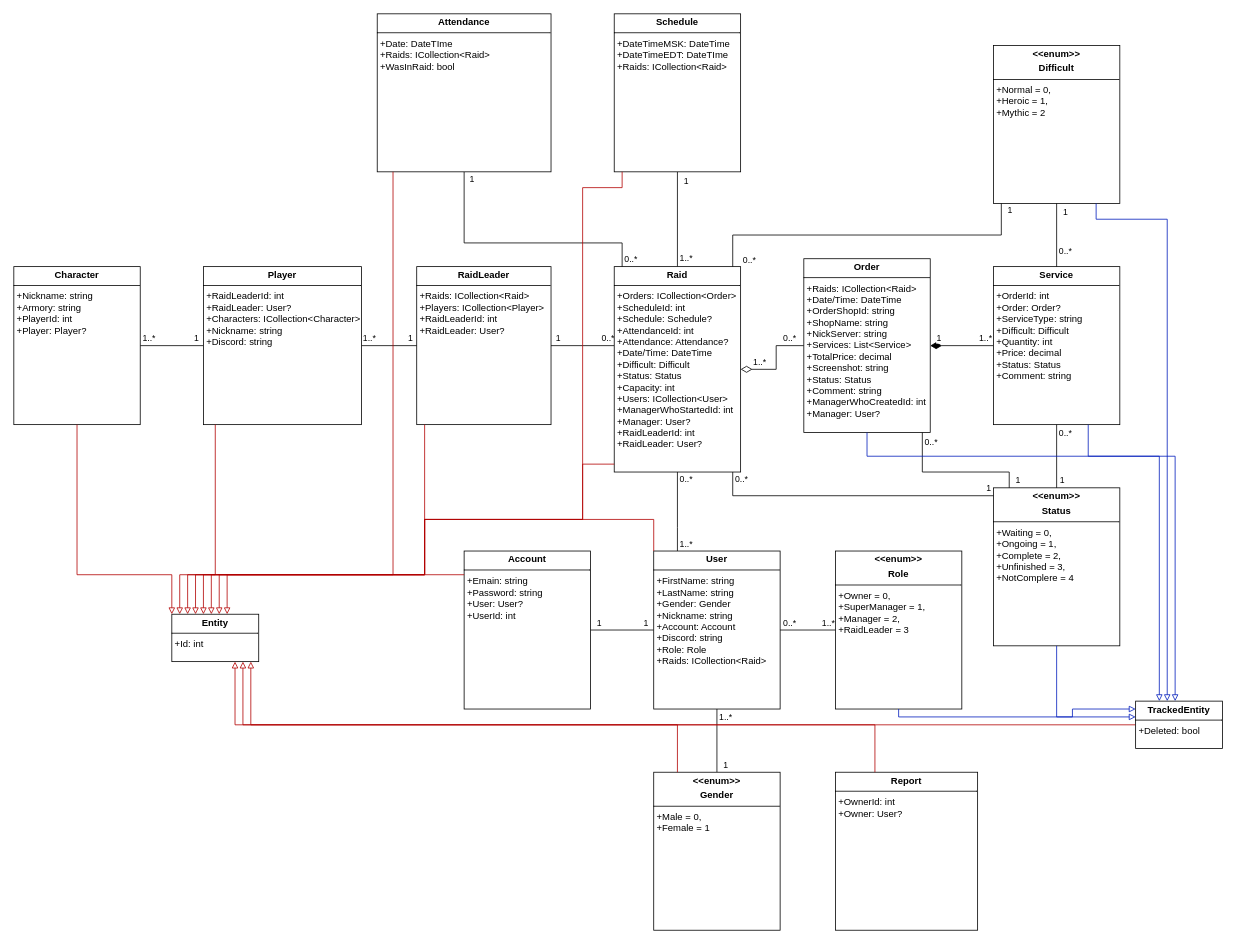
Before: CRM_diagram/CRM UML Class diagram.drawio in Squeezy93/CustomCRM, a draw.io diagram. Source tidied: cells renumbered, new cells numbered last; positions are measured from the earlier drawing's top-left corner, leaving out a move shared by most shapes. Both pictures are drawn from the tidied source at 79%, with x=0, y=0 at pixel (13, 13).
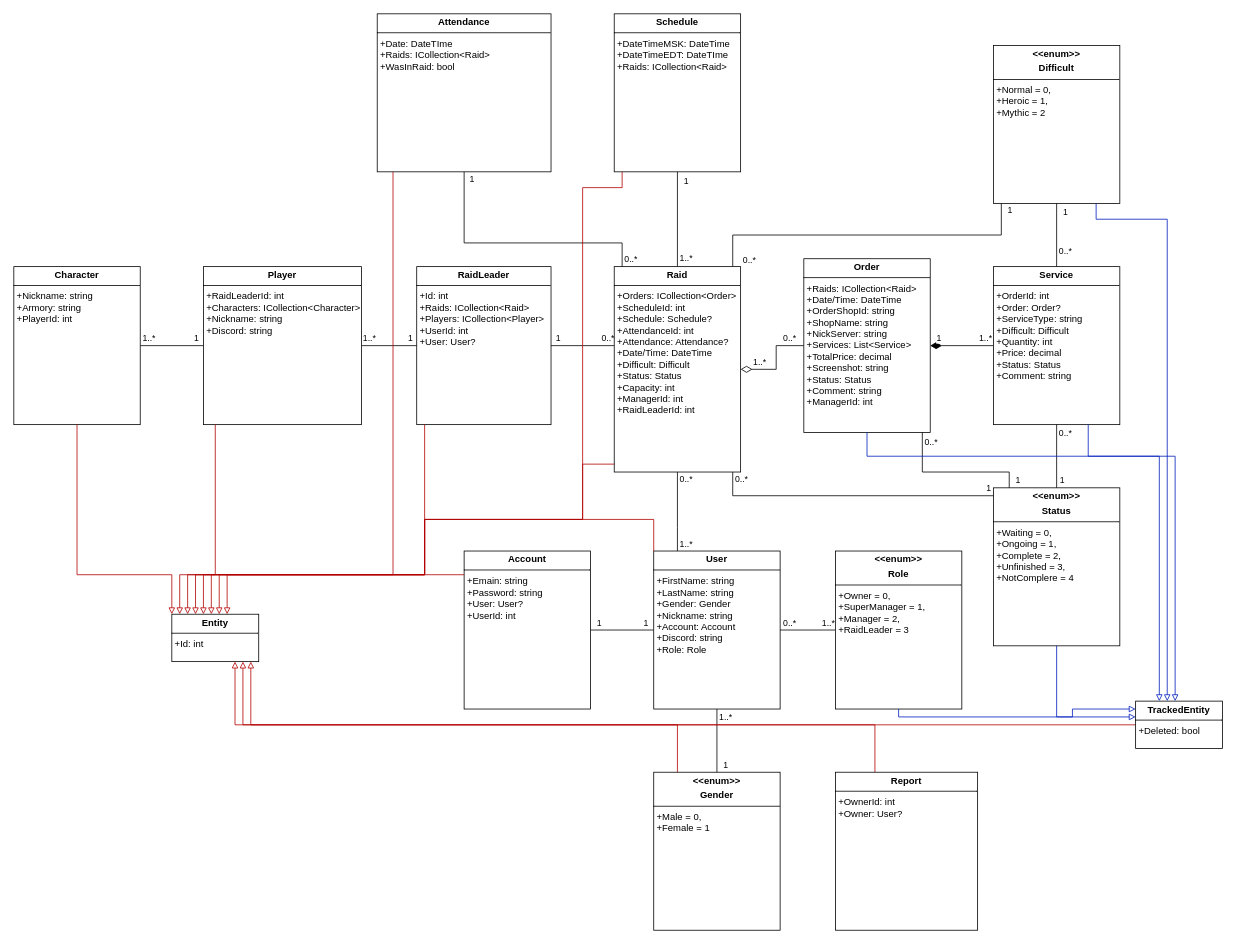
Above is the later version.

What changed in the source:
```diff
@@
-    <mxCell id="5" value="&lt;p style=&quot;margin:0px;margin-top:4px;text-align:center;&quot;&gt;&lt;b&gt;Order&lt;/b&gt;&lt;/p&gt;&lt;hr size=&quot;1&quot; style=&quot;border-style:solid;&quot;&gt;&lt;p style=&quot;margin:0px;margin-left:4px;&quot;&gt;+Raids: ICollection&amp;lt;Raid&amp;gt;&lt;/p&gt;&lt;p style=&quot;margin:0px;margin-left:4px;&quot;&gt;&lt;span style=&quot;background-color: initial;&quot;&gt;+Date/Time: DateTime&lt;/span&gt;&lt;br&gt;&lt;/p&gt;&lt;p style=&quot;margin:0px;margin-left:4px;&quot;&gt;+OrderShopId: string&lt;/p&gt;&lt;p style=&quot;margin:0px;margin-left:4px;&quot;&gt;+ShopName: string&lt;/p&gt;&lt;p style=&quot;margin:0px;margin-left:4px;&quot;&gt;+NickServer: string&lt;/p&gt;&lt;p style=&quot;margin:0px;margin-left:4px;&quot;&gt;+Services: List&amp;lt;Service&amp;gt;&lt;br&gt;+TotalPrice: decimal&lt;/p&gt;&lt;p style=&quot;margin:0px;margin-left:4px;&quot;&gt;+Screenshot: string&lt;/p&gt;&lt;p style=&quot;margin:0px;margin-left:4px;&quot;&gt;+Status: Status&lt;/p&gt;&lt;p style=&quot;margin:0px;margin-left:4px;&quot;&gt;+Comment: string&lt;br&gt;&lt;/p&gt;&lt;p style=&quot;margin:0px;margin-left:4px;&quot;&gt;+ManagerWhoCreatedId: int&lt;/p&gt;&lt;p style=&quot;margin:0px;margin-left:4px;&quot;&gt;+Manager: User?&lt;/p&gt;" style="verticalAlign=top;align=left;overflow=fill;html=1;whiteSpace=wrap;" parent="1" vertex="1">
+    <mxCell id="5" value="&lt;p style=&quot;margin:0px;margin-top:4px;text-align:center;&quot;&gt;&lt;b&gt;Order&lt;/b&gt;&lt;/p&gt;&lt;hr size=&quot;1&quot; style=&quot;border-style:solid;&quot;&gt;&lt;p style=&quot;margin:0px;margin-left:4px;&quot;&gt;+Raids: ICollection&amp;lt;Raid&amp;gt;&lt;/p&gt;&lt;p style=&quot;margin:0px;margin-left:4px;&quot;&gt;&lt;span style=&quot;background-color: initial;&quot;&gt;+Date/Time: DateTime&lt;/span&gt;&lt;br&gt;&lt;/p&gt;&lt;p style=&quot;margin:0px;margin-left:4px;&quot;&gt;+OrderShopId: string&lt;/p&gt;&lt;p style=&quot;margin:0px;margin-left:4px;&quot;&gt;+ShopName: string&lt;/p&gt;&lt;p style=&quot;margin:0px;margin-left:4px;&quot;&gt;+NickServer: string&lt;/p&gt;&lt;p style=&quot;margin:0px;margin-left:4px;&quot;&gt;+Services: List&amp;lt;Service&amp;gt;&lt;br&gt;+TotalPrice: decimal&lt;/p&gt;&lt;p style=&quot;margin:0px;margin-left:4px;&quot;&gt;+Screenshot: string&lt;/p&gt;&lt;p style=&quot;margin:0px;margin-left:4px;&quot;&gt;+Status: Status&lt;/p&gt;&lt;p style=&quot;margin:0px;margin-left:4px;&quot;&gt;+Comment: string&lt;/p&gt;&lt;p style=&quot;margin:0px;margin-left:4px;&quot;&gt;+ManagerId: int&lt;/p&gt;" style="verticalAlign=top;align=left;overflow=fill;html=1;whiteSpace=wrap;" parent="1" vertex="1">
       <mxGeometry x="1000" y="310" width="160" height="220" as="geometry" />
     </mxCell>
@@
-    <mxCell id="19" value="&lt;p style=&quot;margin:0px;margin-top:4px;text-align:center;&quot;&gt;&lt;b&gt;User&lt;/b&gt;&lt;/p&gt;&lt;hr size=&quot;1&quot; style=&quot;border-style:solid;&quot;&gt;&lt;p style=&quot;margin:0px;margin-left:4px;&quot;&gt;+FirstName: string&lt;br&gt;+LastName: string&lt;br&gt;+Gender: Gender&lt;/p&gt;&lt;p style=&quot;margin:0px;margin-left:4px;&quot;&gt;+Nickname: string&lt;br&gt;&lt;/p&gt;&lt;p style=&quot;margin:0px;margin-left:4px;&quot;&gt;+Account: Account&lt;/p&gt;&lt;p style=&quot;margin: 0px 0px 0px 4px;&quot;&gt;+Discord: string&lt;/p&gt;&lt;p style=&quot;margin: 0px 0px 0px 4px;&quot;&gt;+Role: Role&lt;/p&gt;&lt;p style=&quot;margin: 0px 0px 0px 4px;&quot;&gt;+Raids: ICollection&amp;lt;Raid&amp;gt;&lt;/p&gt;&lt;div&gt;&lt;br&gt;&lt;/div&gt;&lt;div&gt;&lt;br&gt;&lt;/div&gt;" style="verticalAlign=top;align=left;overflow=fill;html=1;whiteSpace=wrap;" parent="1" vertex="1">
+    <mxCell id="19" value="&lt;p style=&quot;margin:0px;margin-top:4px;text-align:center;&quot;&gt;&lt;b&gt;User&lt;/b&gt;&lt;/p&gt;&lt;hr size=&quot;1&quot; style=&quot;border-style:solid;&quot;&gt;&lt;p style=&quot;margin:0px;margin-left:4px;&quot;&gt;+FirstName: string&lt;br&gt;+LastName: string&lt;br&gt;+Gender: Gender&lt;/p&gt;&lt;p style=&quot;margin:0px;margin-left:4px;&quot;&gt;+Nickname: string&lt;br&gt;&lt;/p&gt;&lt;p style=&quot;margin:0px;margin-left:4px;&quot;&gt;+Account: Account&lt;/p&gt;&lt;p style=&quot;margin: 0px 0px 0px 4px;&quot;&gt;+Discord: string&lt;/p&gt;&lt;p style=&quot;margin: 0px 0px 0px 4px;&quot;&gt;+Role: Role&lt;/p&gt;&lt;div&gt;&lt;br&gt;&lt;/div&gt;&lt;div&gt;&lt;br&gt;&lt;/div&gt;" style="verticalAlign=top;align=left;overflow=fill;html=1;whiteSpace=wrap;" parent="1" vertex="1">
       <mxGeometry x="810" y="680" width="160" height="200" as="geometry" />
     </mxCell>
@@
-    <mxCell id="26" value="&lt;p style=&quot;margin:0px;margin-top:4px;text-align:center;&quot;&gt;&lt;b&gt;Raid&lt;/b&gt;&lt;/p&gt;&lt;hr size=&quot;1&quot; style=&quot;border-style:solid;&quot;&gt;&lt;p style=&quot;margin:0px;margin-left:4px;&quot;&gt;&lt;span style=&quot;background-color: initial;&quot;&gt;+Orders: ICollection&amp;lt;Order&amp;gt;&lt;/span&gt;&lt;/p&gt;&lt;p style=&quot;margin:0px;margin-left:4px;&quot;&gt;+ScheduleId: int&lt;/p&gt;&lt;p style=&quot;margin:0px;margin-left:4px;&quot;&gt;+Schedule: Schedule?&lt;/p&gt;&lt;p style=&quot;margin:0px;margin-left:4px;&quot;&gt;+AttendanceId: int&lt;/p&gt;&lt;p style=&quot;margin:0px;margin-left:4px;&quot;&gt;+Attendance: Attendance?&lt;/p&gt;&lt;p style=&quot;margin:0px;margin-left:4px;&quot;&gt;&lt;span style=&quot;background-color: initial;&quot;&gt;+Date/Time: DateTime&lt;/span&gt;&lt;/p&gt;&lt;p style=&quot;margin:0px;margin-left:4px;&quot;&gt;+Difficult: Difficult&lt;/p&gt;&lt;p style=&quot;margin:0px;margin-left:4px;&quot;&gt;+Status: Status&lt;/p&gt;&lt;p style=&quot;margin:0px;margin-left:4px;&quot;&gt;+Capacity: int&lt;/p&gt;&lt;p style=&quot;margin:0px;margin-left:4px;&quot;&gt;+Users: ICollection&amp;lt;User&amp;gt;&lt;/p&gt;&lt;p style=&quot;margin:0px;margin-left:4px;&quot;&gt;+ManagerWhoStartedId: int&lt;/p&gt;&lt;p style=&quot;margin:0px;margin-left:4px;&quot;&gt;+Manager: User?&lt;/p&gt;&lt;p style=&quot;margin:0px;margin-left:4px;&quot;&gt;&lt;span style=&quot;background-color: initial;&quot;&gt;+RaidLeaderId: int&lt;/span&gt;&lt;/p&gt;&lt;p style=&quot;margin:0px;margin-left:4px;&quot;&gt;&lt;span style=&quot;background-color: initial;&quot;&gt;+RaidLeader: User?&lt;/span&gt;&lt;/p&gt;&lt;p style=&quot;margin:0px;margin-left:4px;&quot;&gt;&lt;br&gt;&lt;/p&gt;" style="verticalAlign=top;align=left;overflow=fill;html=1;whiteSpace=wrap;" parent="1" vertex="1">
+    <mxCell id="26" value="&lt;p style=&quot;margin:0px;margin-top:4px;text-align:center;&quot;&gt;&lt;b&gt;Raid&lt;/b&gt;&lt;/p&gt;&lt;hr size=&quot;1&quot; style=&quot;border-style:solid;&quot;&gt;&lt;p style=&quot;margin:0px;margin-left:4px;&quot;&gt;&lt;span style=&quot;background-color: initial;&quot;&gt;+Orders: ICollection&amp;lt;Order&amp;gt;&lt;/span&gt;&lt;/p&gt;&lt;p style=&quot;margin:0px;margin-left:4px;&quot;&gt;+ScheduleId: int&lt;/p&gt;&lt;p style=&quot;margin:0px;margin-left:4px;&quot;&gt;+Schedule: Schedule?&lt;/p&gt;&lt;p style=&quot;margin:0px;margin-left:4px;&quot;&gt;+AttendanceId: int&lt;/p&gt;&lt;p style=&quot;margin:0px;margin-left:4px;&quot;&gt;+Attendance: Attendance?&lt;/p&gt;&lt;p style=&quot;margin:0px;margin-left:4px;&quot;&gt;&lt;span style=&quot;background-color: initial;&quot;&gt;+Date/Time: DateTime&lt;/span&gt;&lt;/p&gt;&lt;p style=&quot;margin:0px;margin-left:4px;&quot;&gt;+Difficult: Difficult&lt;/p&gt;&lt;p style=&quot;margin:0px;margin-left:4px;&quot;&gt;+Status: Status&lt;/p&gt;&lt;p style=&quot;margin:0px;margin-left:4px;&quot;&gt;+Capacity: int&lt;/p&gt;&lt;p style=&quot;margin:0px;margin-left:4px;&quot;&gt;+ManagerId: int&lt;/p&gt;&lt;p style=&quot;margin:0px;margin-left:4px;&quot;&gt;&lt;span style=&quot;background-color: initial;&quot;&gt;+RaidLeaderId: int&lt;/span&gt;&lt;/p&gt;&lt;p style=&quot;margin:0px;margin-left:4px;&quot;&gt;&lt;br&gt;&lt;/p&gt;" style="verticalAlign=top;align=left;overflow=fill;html=1;whiteSpace=wrap;" parent="1" vertex="1">
       <mxGeometry x="760" y="320" width="160" height="260" as="geometry" />
     </mxCell>
-    <mxCell id="27" value="&lt;p style=&quot;margin:0px;margin-top:4px;text-align:center;&quot;&gt;&lt;b&gt;RaidLeader&lt;/b&gt;&lt;/p&gt;&lt;hr size=&quot;1&quot; style=&quot;border-style:solid;&quot;&gt;&lt;p style=&quot;margin:0px;margin-left:4px;&quot;&gt;+Raids: ICollection&amp;lt;Raid&amp;gt;&lt;/p&gt;&lt;p style=&quot;margin:0px;margin-left:4px;&quot;&gt;+Players: ICollection&amp;lt;Player&amp;gt;&lt;/p&gt;&lt;p style=&quot;margin:0px;margin-left:4px;&quot;&gt;+RaidLeaderId: int&lt;/p&gt;&lt;p style=&quot;margin:0px;margin-left:4px;&quot;&gt;+RaidLeader: User?&lt;/p&gt;" style="verticalAlign=top;align=left;overflow=fill;html=1;whiteSpace=wrap;" parent="1" vertex="1">
+    <mxCell id="27" value="&lt;p style=&quot;margin:0px;margin-top:4px;text-align:center;&quot;&gt;&lt;b&gt;RaidLeader&lt;/b&gt;&lt;/p&gt;&lt;hr size=&quot;1&quot; style=&quot;border-style:solid;&quot;&gt;&lt;p style=&quot;margin:0px;margin-left:4px;&quot;&gt;+Id: int&lt;/p&gt;&lt;p style=&quot;margin:0px;margin-left:4px;&quot;&gt;+Raids: ICollection&amp;lt;Raid&amp;gt;&lt;/p&gt;&lt;p style=&quot;margin:0px;margin-left:4px;&quot;&gt;+Players: ICollection&amp;lt;Player&amp;gt;&lt;/p&gt;&lt;p style=&quot;margin:0px;margin-left:4px;&quot;&gt;+UserId: int&lt;/p&gt;&lt;p style=&quot;margin:0px;margin-left:4px;&quot;&gt;+User: User?&lt;/p&gt;" style="verticalAlign=top;align=left;overflow=fill;html=1;whiteSpace=wrap;" parent="1" vertex="1">
       <mxGeometry x="510" y="320" width="170" height="200" as="geometry" />
     </mxCell>
@@
-    <mxCell id="37" value="&lt;p style=&quot;margin:0px;margin-top:4px;text-align:center;&quot;&gt;&lt;b&gt;Player&lt;/b&gt;&lt;/p&gt;&lt;hr size=&quot;1&quot; style=&quot;border-style:solid;&quot;&gt;&lt;p style=&quot;margin:0px;margin-left:4px;&quot;&gt;+RaidLeaderId: int&lt;br&gt;+RaidLeader: User?&lt;/p&gt;&lt;p style=&quot;margin:0px;margin-left:4px;&quot;&gt;+Characters: ICollection&amp;lt;Character&amp;gt;&lt;br&gt;&lt;/p&gt;&lt;p style=&quot;margin:0px;margin-left:4px;&quot;&gt;+Nickname: string&lt;/p&gt;&lt;p style=&quot;margin:0px;margin-left:4px;&quot;&gt;+Discord: string&lt;/p&gt;&lt;p style=&quot;margin:0px;margin-left:4px;&quot;&gt;&lt;br&gt;&lt;/p&gt;" style="verticalAlign=top;align=left;overflow=fill;html=1;whiteSpace=wrap;" parent="1" vertex="1">
+    <mxCell id="37" value="&lt;p style=&quot;margin:0px;margin-top:4px;text-align:center;&quot;&gt;&lt;b&gt;Player&lt;/b&gt;&lt;/p&gt;&lt;hr size=&quot;1&quot; style=&quot;border-style:solid;&quot;&gt;&lt;p style=&quot;margin:0px;margin-left:4px;&quot;&gt;+RaidLeaderId: int&lt;br&gt;&lt;/p&gt;&lt;p style=&quot;margin:0px;margin-left:4px;&quot;&gt;+Characters: ICollection&amp;lt;Character&amp;gt;&lt;br&gt;&lt;/p&gt;&lt;p style=&quot;margin:0px;margin-left:4px;&quot;&gt;+Nickname: string&lt;/p&gt;&lt;p style=&quot;margin:0px;margin-left:4px;&quot;&gt;+Discord: string&lt;/p&gt;&lt;p style=&quot;margin:0px;margin-left:4px;&quot;&gt;&lt;br&gt;&lt;/p&gt;" style="verticalAlign=top;align=left;overflow=fill;html=1;whiteSpace=wrap;" parent="1" vertex="1">
       <mxGeometry x="240" y="320" width="200" height="200" as="geometry" />
     </mxCell>
-    <mxCell id="38" value="&lt;p style=&quot;margin:0px;margin-top:4px;text-align:center;&quot;&gt;&lt;b&gt;Character&lt;/b&gt;&lt;/p&gt;&lt;hr size=&quot;1&quot; style=&quot;border-style:solid;&quot;&gt;&lt;p style=&quot;margin:0px;margin-left:4px;&quot;&gt;+Nickname: string&lt;br&gt;+Armory: string&lt;br&gt;+PlayerId: int&lt;/p&gt;&lt;p style=&quot;margin:0px;margin-left:4px;&quot;&gt;+Player: Player?&lt;/p&gt;" style="verticalAlign=top;align=left;overflow=fill;html=1;whiteSpace=wrap;" parent="1" vertex="1">
+    <mxCell id="38" value="&lt;p style=&quot;margin:0px;margin-top:4px;text-align:center;&quot;&gt;&lt;b&gt;Character&lt;/b&gt;&lt;/p&gt;&lt;hr size=&quot;1&quot; style=&quot;border-style:solid;&quot;&gt;&lt;p style=&quot;margin:0px;margin-left:4px;&quot;&gt;+Nickname: string&lt;br&gt;+Armory: string&lt;br&gt;+PlayerId: int&lt;/p&gt;" style="verticalAlign=top;align=left;overflow=fill;html=1;whiteSpace=wrap;" parent="1" vertex="1">
       <mxGeometry y="320" width="160" height="200" as="geometry" />
     </mxCell>
```
